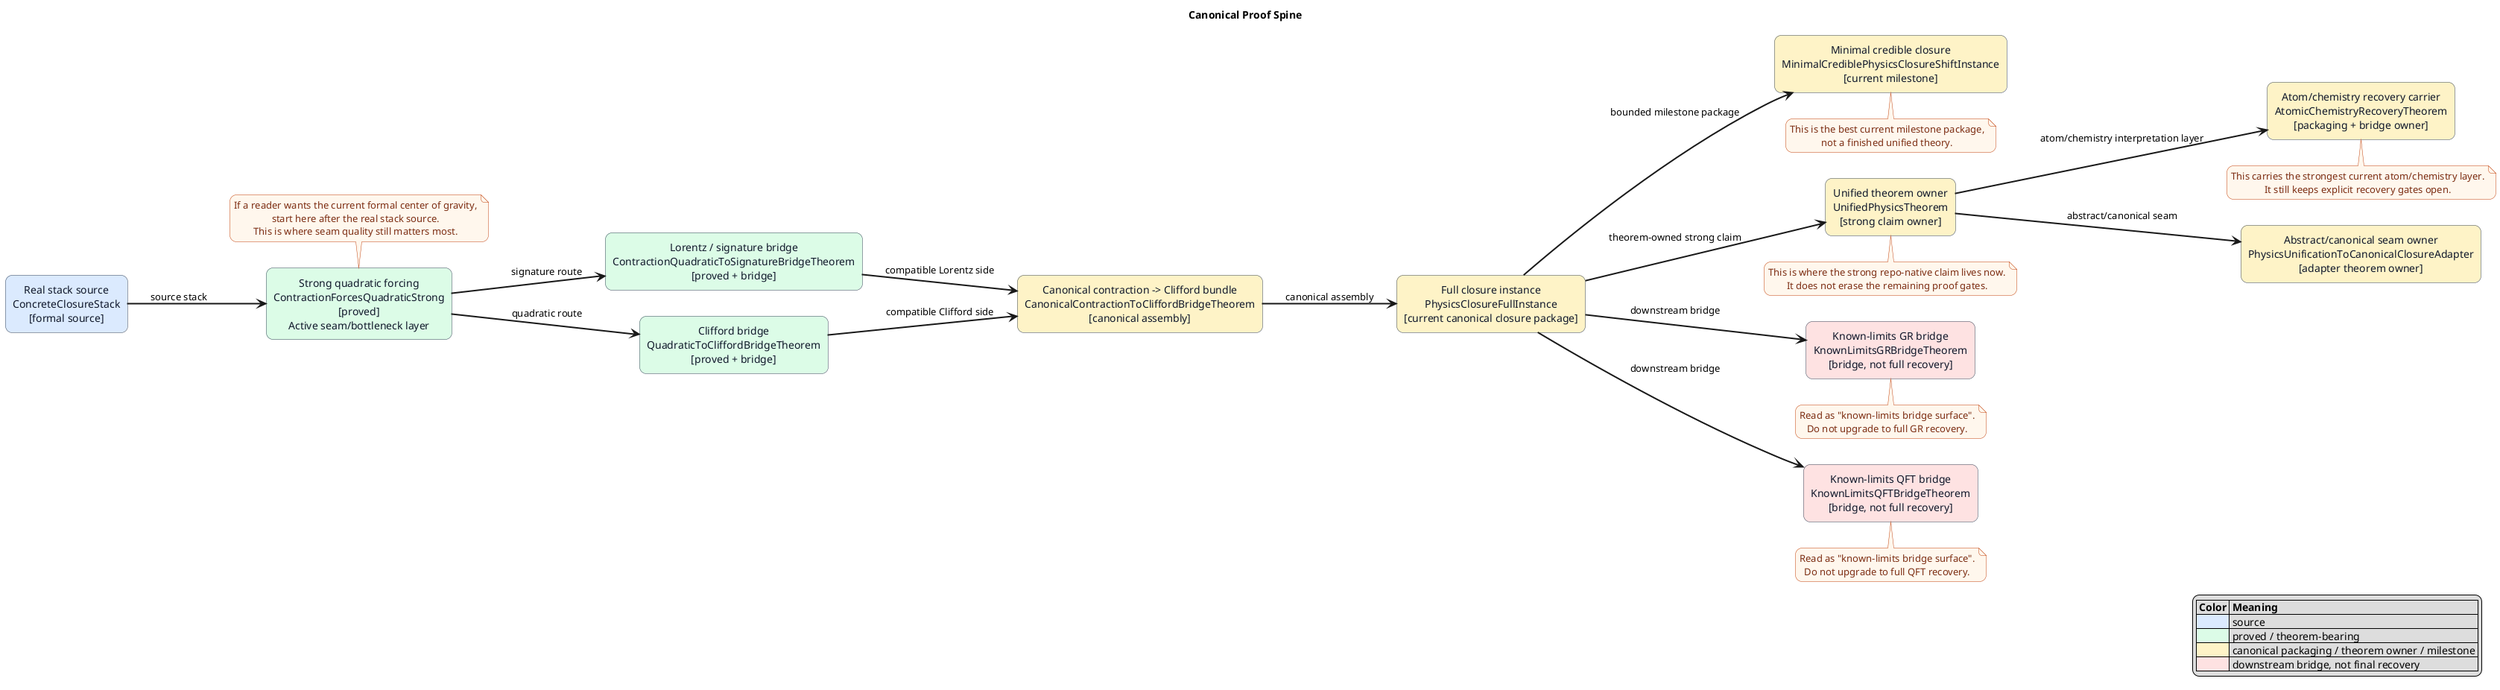
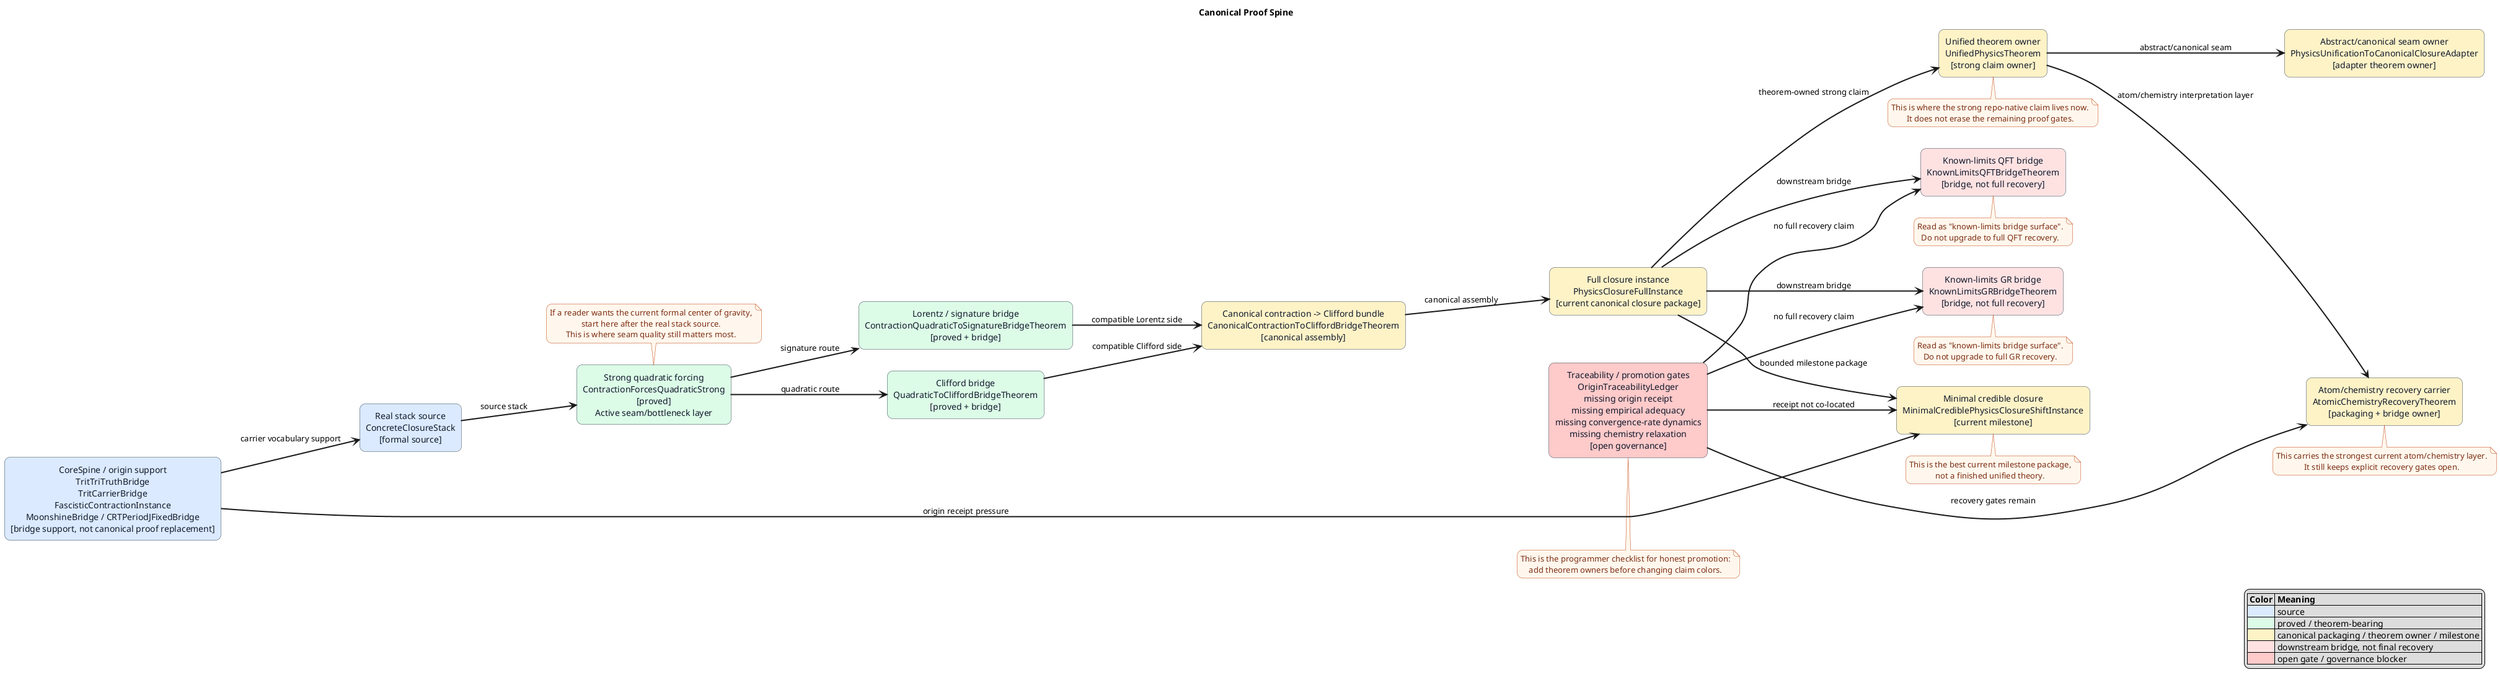
@startuml
title Canonical Proof Spine
left to right direction

skinparam shadowing false
skinparam roundcorner 18
skinparam packageStyle rectangle
skinparam defaultTextAlignment center
skinparam ArrowThickness 2

skinparam package {
  BackgroundColor #f8fafc
  BorderColor #334155
  FontColor #0f172a
}

skinparam rectangle {
  BorderColor #334155
  FontColor #0f172a
}

skinparam note {
  BackgroundColor #fff7ed
  BorderColor #c2410c
  FontColor #7c2d12
}

rectangle "Real stack source\nConcreteClosureStack\n[formal source]" as RealStack #dbeafe
rectangle "Strong quadratic forcing\nContractionForcesQuadraticStrong\n[proved]\nActive seam/bottleneck layer" as StrongCQ #dcfce7
rectangle "Lorentz / signature bridge\nContractionQuadraticToSignatureBridgeTheorem\n[proved + bridge]" as SigBridge #dcfce7
rectangle "Clifford bridge\nQuadraticToCliffordBridgeTheorem\n[proved + bridge]" as CliffBridge #dcfce7
rectangle "Canonical contraction -> Clifford bundle\nCanonicalContractionToCliffordBridgeTheorem\n[canonical assembly]" as CliffBundle #fef3c7
rectangle "Full closure instance\nPhysicsClosureFullInstance\n[current canonical closure package]" as FullClosure #fef3c7
rectangle "Unified theorem owner\nUnifiedPhysicsTheorem\n[strong claim owner]" as UnifiedOwner #fef3c7
rectangle "Abstract/canonical seam owner\nPhysicsUnificationToCanonicalClosureAdapter\n[adapter theorem owner]" as AdapterOwner #fef3c7
rectangle "Atom/chemistry recovery carrier\nAtomicChemistryRecoveryTheorem\n[packaging + bridge owner]" as AtomOwner #fef3c7
rectangle "Minimal credible closure\nMinimalCrediblePhysicsClosureShiftInstance\n[current milestone]" as MinimalCredible #fef3c7
rectangle "Known-limits GR bridge\nKnownLimitsGRBridgeTheorem\n[bridge, not full recovery]" as GRBridge #fee2e2
rectangle "Known-limits QFT bridge\nKnownLimitsQFTBridgeTheorem\n[bridge, not full recovery]" as QFTBridge #fee2e2
+ rectangle "CoreSpine / origin support\nTritTriTruthBridge\nTritCarrierBridge\nFascisticContractionInstance\nMoonshineBridge / CRTPeriodJFixedBridge\n[bridge support, not canonical proof replacement]" as CoreSpineSupport #dbeafe
+ rectangle "Traceability / promotion gates\nOriginTraceabilityLedger\nmissing origin receipt\nmissing empirical adequacy\nmissing convergence-rate dynamics\nmissing chemistry relaxation\n[open governance]" as OriginGates #fecaca

RealStack --> StrongCQ : source stack
StrongCQ --> SigBridge : signature route
StrongCQ --> CliffBridge : quadratic route
SigBridge --> CliffBundle : compatible Lorentz side
CliffBridge --> CliffBundle : compatible Clifford side
CliffBundle --> FullClosure : canonical assembly
FullClosure --> UnifiedOwner : theorem-owned strong claim
UnifiedOwner --> AdapterOwner : abstract/canonical seam
UnifiedOwner --> AtomOwner : atom/chemistry interpretation layer
FullClosure --> MinimalCredible : bounded milestone package
FullClosure --> GRBridge : downstream bridge
FullClosure --> QFTBridge : downstream bridge
+ CoreSpineSupport --> RealStack : carrier vocabulary support
+ CoreSpineSupport --> MinimalCredible : origin receipt pressure
+ OriginGates --> MinimalCredible : receipt not co-located
+ OriginGates --> AtomOwner : recovery gates remain
+ OriginGates --> GRBridge : no full recovery claim
+ OriginGates --> QFTBridge : no full recovery claim

note top of StrongCQ
If a reader wants the current formal center of gravity,
start here after the real stack source.
This is where seam quality still matters most.
end note

note bottom of MinimalCredible
This is the best current milestone package,
not a finished unified theory.
end note

note bottom of UnifiedOwner
This is where the strong repo-native claim lives now.
It does not erase the remaining proof gates.
end note

note bottom of AtomOwner
This carries the strongest current atom/chemistry layer.
It still keeps explicit recovery gates open.
end note

note bottom of GRBridge
Read as "known-limits bridge surface".
Do not upgrade to full GR recovery.
end note

note bottom of QFTBridge
Read as "known-limits bridge surface".
Do not upgrade to full QFT recovery.
end note

+ note bottom of OriginGates
+ This is the programmer checklist for honest promotion:
+ add theorem owners before changing claim colors.
+ end note
+ 
legend right
|= Color |= Meaning |
|<#dbeafe>| source |
|<#dcfce7>| proved / theorem-bearing |
|<#fef3c7>| canonical packaging / theorem owner / milestone |
|<#fee2e2>| downstream bridge, not final recovery |
+ |<#fecaca>| open gate / governance blocker |
endlegend

@enduml
